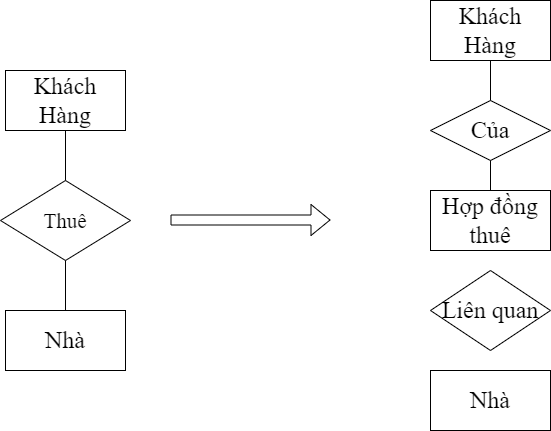
Earlier version of the draw.io export Luật thứ tư(trên xuống).png (datnham0212/learning). Source tidied: cells renumbered, new cells last; positions are measured from the earlier drawing's top-left corner, leaving out a move shared by most shapes.
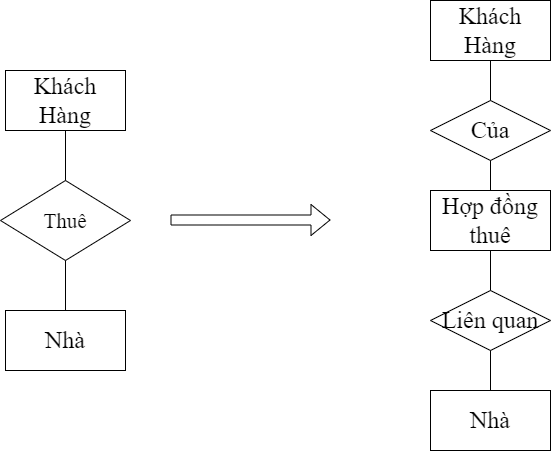
After the change.

Change to the diagram source:
```diff
@@ -9,7 +9,7 @@
       <mxGeometry x="430" width="120" height="60" as="geometry" />
     </mxCell>
     <mxCell id="4" value="Nhà" style="rounded=0;whiteSpace=wrap;html=1;fontFamily=Times New Roman;fontSize=24;" parent="1" vertex="1">
-      <mxGeometry x="430" y="370" width="120" height="60" as="geometry" />
+      <mxGeometry x="430" y="390" width="120" height="60" as="geometry" />
     </mxCell>
     <mxCell id="5" style="shape=flexArrow;endArrow=classic;html=1;rounded=0;fontFamily=Times New Roman;fontSize=24;" parent="1" edge="1">
       <mxGeometry relative="1" as="geometry">
@@ -18,7 +18,7 @@
       </mxGeometry>
     </mxCell>
     <mxCell id="6" value="Liên quan" style="rhombus;whiteSpace=wrap;html=1;fontFamily=Times New Roman;fontSize=24;" parent="1" vertex="1">
-      <mxGeometry x="430" y="270" width="120" height="80" as="geometry" />
+      <mxGeometry x="430" y="290" width="120" height="60" as="geometry" />
     </mxCell>
     <mxCell id="7" value="Nhà" style="rounded=0;whiteSpace=wrap;html=1;fontFamily=Times New Roman;fontSize=24;" parent="1" vertex="1">
       <mxGeometry x="5" y="310" width="120" height="60" as="geometry" />
@@ -49,5 +49,13 @@
     <mxCell id="15" style="endArrow=none;html=1;rounded=0;exitX=0.5;exitY=0;exitDx=0;exitDy=0;entryX=0.5;entryY=1;entryDx=0;entryDy=0;" parent="1" edge="1" source="13" target="12">
       <mxGeometry relative="1" as="geometry" />
     </mxCell>
+    <mxCell id="16" style="endArrow=none;html=1;rounded=0;exitX=0.5;exitY=0;exitDx=0;exitDy=0;" parent="1" edge="1" source="6">
+      <mxGeometry relative="1" as="geometry">
+        <mxPoint x="490" y="250" as="targetPoint" />
+      </mxGeometry>
+    </mxCell>
+    <mxCell id="17" style="endArrow=none;html=1;rounded=0;exitX=0.5;exitY=0;exitDx=0;exitDy=0;entryX=0.5;entryY=1;entryDx=0;entryDy=0;" parent="1" edge="1" source="4" target="6">
+      <mxGeometry relative="1" as="geometry" />
+    </mxCell>
   </root>
 </mxGraphModel>
```
